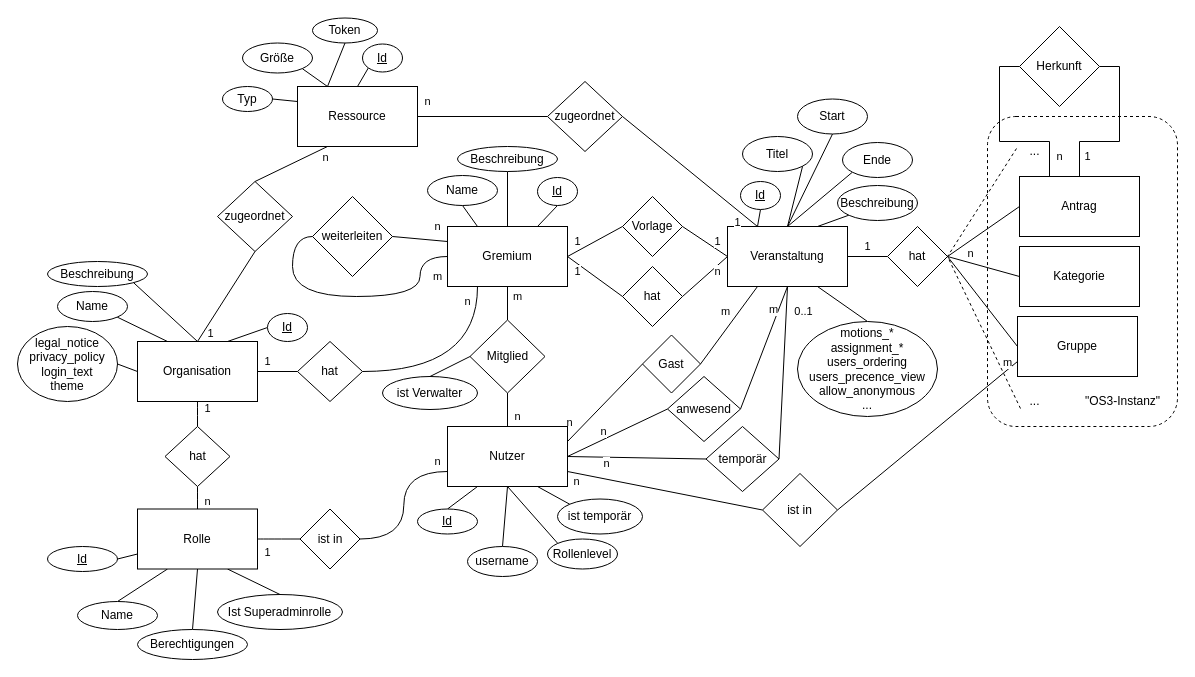
Before: docs/modellierung.drawio in OpenSlides/OpenSlides, a draw.io diagram. Source tidied: cells renumbered, new cells numbered last; positions are measured from the earlier drawing's top-left corner, leaving out a move shared by most shapes. Both pictures are drawn from the tidied source at 100%, with x=0, y=0 at pixel (17, 17).
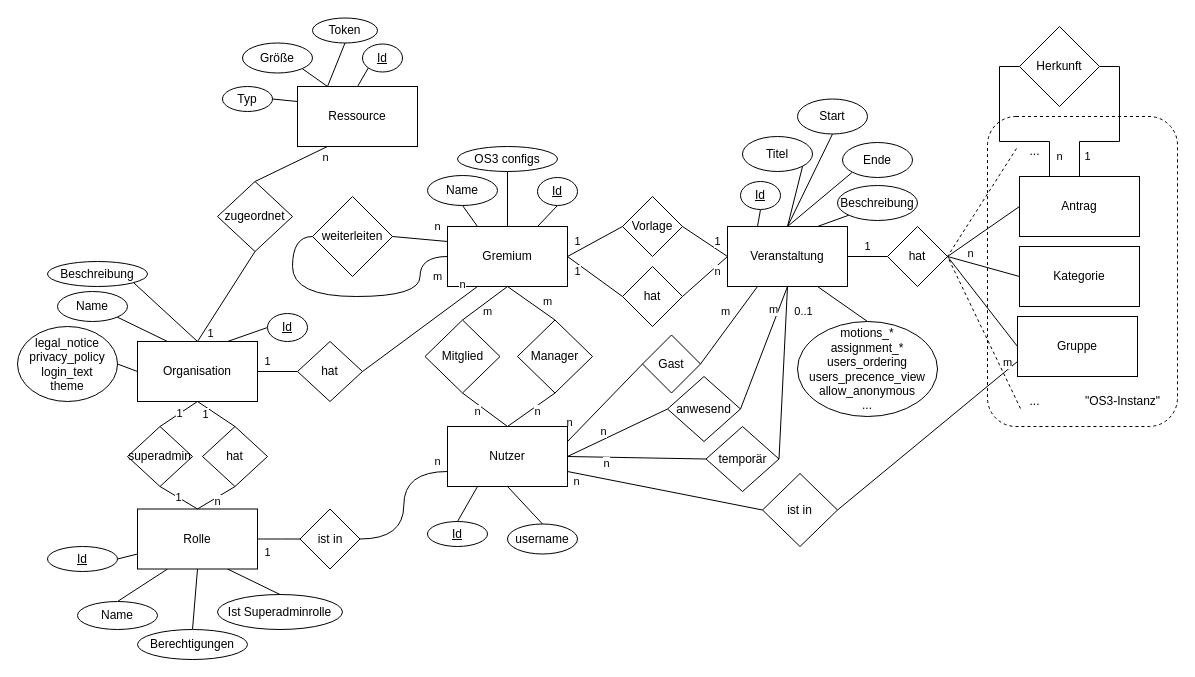
The same page after the edit.

Unchanged cells that the change refers to:
```xml
<mxCell id="7" value="Gremium" style="rounded=0;whiteSpace=wrap;html=1;" parent="1" vertex="1">
  <mxGeometry x="430" y="209" width="120" height="60" as="geometry" />
</mxCell>
<mxCell id="9" value="Veranstaltung" style="rounded=0;whiteSpace=wrap;html=1;" parent="1" vertex="1">
  <mxGeometry x="710" y="209" width="120" height="60" as="geometry" />
</mxCell>
<mxCell id="17" value="Nutzer" style="rounded=0;whiteSpace=wrap;html=1;" parent="1" vertex="1">
  <mxGeometry x="430" y="409" width="120" height="60" as="geometry" />
</mxCell>
<mxCell id="77" value="Rolle" style="rounded=0;whiteSpace=wrap;html=1;" parent="1" vertex="1">
  <mxGeometry x="120" y="491.5" width="120" height="60" as="geometry" />
</mxCell>
<mxCell id="82" value="Organisation" style="rounded=0;whiteSpace=wrap;html=1;" parent="1" vertex="1">
  <mxGeometry x="120" y="324" width="120" height="60" as="geometry" />
</mxCell>
<mxCell id="84" value="hat" style="rhombus;whiteSpace=wrap;html=1;" parent="1" vertex="1">
  <mxGeometry x="280" y="324" width="65" height="60" as="geometry" />
</mxCell>
<mxCell id="103" value="Ressource" style="rounded=0;whiteSpace=wrap;html=1;" parent="1" vertex="1">
  <mxGeometry x="280" y="69" width="120" height="60" as="geometry" />
</mxCell>
```

The edit, as a diff of the source:
```diff
@@
     <mxCell id="4" value="m" style="edgeStyle=none;rounded=0;jettySize=auto;html=1;exitX=0.5;exitY=1;exitDx=0;exitDy=0;entryX=0.5;entryY=0;entryDx=0;entryDy=0;endArrow=none;endFill=0;" parent="1" edge="1" source="7" target="59">
-      <mxGeometry x="-0.4" y="10" relative="1" as="geometry" />
+      <mxGeometry x="0.1" y="8" relative="1" as="geometry" />
     </mxCell>
@@
+    <mxCell id="116" value="m" style="edgeStyle=none;rounded=0;jettySize=auto;html=1;exitX=0.5;exitY=1;exitDx=0;exitDy=0;entryX=0.5;entryY=0;entryDx=0;entryDy=0;endArrow=none;endFill=0;" parent="1" edge="1" source="7" target="120">
+      <mxGeometry x="0.42" y="11" relative="1" as="geometry" />
+    </mxCell>
@@
+    <mxCell id="102" value="n" style="edgeStyle=none;rounded=0;jettySize=auto;html=1;exitX=0.5;exitY=0;exitDx=0;exitDy=0;entryX=0.5;entryY=1;entryDx=0;entryDy=0;endArrow=none;endFill=0;" parent="1" edge="1" source="17" target="120">
+      <mxGeometry x="0.14" y="-5" relative="1" as="geometry" />
+    </mxCell>
@@
     <mxCell id="51" value="&lt;u&gt;Id&lt;/u&gt;" style="ellipse;whiteSpace=wrap;html=1;" parent="1" vertex="1">
-      <mxGeometry x="400" y="491.5" width="60" height="25" as="geometry" />
+      <mxGeometry x="410" y="504" width="60" height="25" as="geometry" />
     </mxCell>
-    <mxCell id="52" style="edgeStyle=none;rounded=0;jettySize=auto;html=1;exitX=0;exitY=0;exitDx=0;exitDy=0;endArrow=none;endFill=0;" parent="1" edge="1" source="53">
-      <mxGeometry relative="1" as="geometry">
-        <mxPoint x="490" y="469" as="targetPoint" />
-      </mxGeometry>
-    </mxCell>
-    <mxCell id="53" value="Rollenlevel" style="ellipse;whiteSpace=wrap;html=1;" parent="1" vertex="1">
-      <mxGeometry x="530" y="521.5" width="70" height="30" as="geometry" />
-    </mxCell>
     <mxCell id="54" value="username" style="ellipse;whiteSpace=wrap;html=1;" parent="1" vertex="1">
-      <mxGeometry x="450" y="529" width="70" height="30" as="geometry" />
+      <mxGeometry x="490" y="506.5" width="70" height="30" as="geometry" />
     </mxCell>
-    <mxCell id="55" style="edgeStyle=none;rounded=0;jettySize=auto;html=1;exitX=0;exitY=0;exitDx=0;exitDy=0;entryX=0.75;entryY=1;entryDx=0;entryDy=0;endArrow=none;endFill=0;" parent="1" edge="1" source="56" target="17">
-      <mxGeometry relative="1" as="geometry" />
-    </mxCell>
-    <mxCell id="56" value="ist temporär" style="ellipse;whiteSpace=wrap;html=1;" parent="1" vertex="1">
-      <mxGeometry x="540" y="481.5" width="85" height="35" as="geometry" />
-    </mxCell>
     <mxCell id="57" value="n" style="edgeStyle=none;rounded=0;jettySize=auto;html=1;entryX=0.5;entryY=0;entryDx=0;entryDy=0;endArrow=none;endFill=0;exitX=0.5;exitY=1;exitDx=0;exitDy=0;" parent="1" edge="1" source="59" target="17">
-      <mxGeometry x="0.4" y="10" relative="1" as="geometry" />
+      <mxGeometry x="-0.18" y="-6" relative="1" as="geometry" />
     </mxCell>
-    <mxCell id="58" style="edgeStyle=none;rounded=0;jettySize=auto;html=1;exitX=0;exitY=0.5;exitDx=0;exitDy=0;entryX=0.5;entryY=0;entryDx=0;entryDy=0;endArrow=none;endFill=0;" parent="1" edge="1" source="59" target="60">
-      <mxGeometry relative="1" as="geometry" />
-    </mxCell>
     <mxCell id="59" value="Mitglied" style="rhombus;whiteSpace=wrap;html=1;" parent="1" vertex="1">
-      <mxGeometry x="452.5" y="302.5" width="75" height="73" as="geometry" />
+      <mxGeometry x="407.5" y="302.5" width="75" height="73" as="geometry" />
     </mxCell>
-    <mxCell id="60" value="ist Verwalter" style="ellipse;whiteSpace=wrap;html=1;" parent="1" vertex="1">
-      <mxGeometry x="365" y="359" width="95" height="33" as="geometry" />
-    </mxCell>
@@
-    <mxCell id="79" value="1" style="edgeStyle=orthogonalEdgeStyle;curved=1;rounded=0;jettySize=auto;html=1;exitX=0.5;exitY=1;exitDx=0;exitDy=0;entryX=0.5;entryY=0;entryDx=0;entryDy=0;endArrow=none;endFill=0;" parent="1" edge="1" source="82" target="86">
-      <mxGeometry x="-0.43" y="10" relative="1" as="geometry" />
-    </mxCell>
@@
-    <mxCell id="83" value="n" style="edgeStyle=orthogonalEdgeStyle;rounded=0;jettySize=auto;html=1;exitX=1;exitY=0.5;exitDx=0;exitDy=0;entryX=0.25;entryY=1;entryDx=0;entryDy=0;endArrow=none;endFill=0;curved=1;" parent="1" edge="1" source="84" target="7">
-      <mxGeometry x="0.85" y="10" relative="1" as="geometry">
-        <Array as="points">
-          <mxPoint x="460" y="354" />
-        </Array>
-      </mxGeometry>
+    <mxCell id="83" value="n" style="rounded=0;jettySize=auto;html=1;exitX=1;exitY=0.5;exitDx=0;exitDy=0;entryX=0.25;entryY=1;entryDx=0;entryDy=0;endArrow=none;endFill=0;" parent="1" edge="1" source="84" target="7">
+      <mxGeometry x="0.85" y="10" relative="1" as="geometry" />
     </mxCell>
@@
-    <mxCell id="85" value="n" style="edgeStyle=orthogonalEdgeStyle;curved=1;rounded=0;jettySize=auto;html=1;exitX=0.5;exitY=1;exitDx=0;exitDy=0;entryX=0.5;entryY=0;entryDx=0;entryDy=0;endArrow=none;endFill=0;" parent="1" edge="1" source="86" target="77">
-      <mxGeometry x="0.35" y="10" relative="1" as="geometry" />
+    <mxCell id="85" value="n" style="rounded=0;jettySize=auto;html=1;exitX=0.5;exitY=1;exitDx=0;exitDy=0;entryX=0.5;entryY=0;entryDx=0;entryDy=0;endArrow=none;endFill=0;" parent="1" edge="1" source="86" target="77">
+      <mxGeometry x="0.04" y="4" relative="1" as="geometry" />
     </mxCell>
     <mxCell id="86" value="hat" style="rhombus;whiteSpace=wrap;html=1;" parent="1" vertex="1">
-      <mxGeometry x="147.5" y="409" width="65" height="60" as="geometry" />
+      <mxGeometry x="185" y="409" width="65" height="60" as="geometry" />
     </mxCell>
@@
-    <mxCell id="92" value="Beschreibung" style="ellipse;whiteSpace=wrap;html=1;" parent="1" vertex="1">
+    <mxCell id="92" value="OS3 configs" style="ellipse;whiteSpace=wrap;html=1;" parent="1" vertex="1">
       <mxGeometry x="440" y="129" width="100" height="25" as="geometry" />
     </mxCell>
@@
-    <mxCell id="102" value="n" style="edgeStyle=none;rounded=0;jettySize=auto;html=1;exitX=1;exitY=0.5;exitDx=0;exitDy=0;entryX=0;entryY=0.5;entryDx=0;entryDy=0;endArrow=none;endFill=0;" parent="1" edge="1" source="103" target="113">
-      <mxGeometry x="-0.85" y="15" relative="1" as="geometry" />
-    </mxCell>
@@
-    <mxCell id="112" value="1" style="edgeStyle=none;rounded=0;jettySize=auto;html=1;exitX=1;exitY=0.5;exitDx=0;exitDy=0;entryX=0.25;entryY=0;entryDx=0;entryDy=0;endArrow=none;endFill=0;" parent="1" edge="1" source="113" target="9">
-      <mxGeometry x="0.79" y="-9" relative="1" as="geometry" />
-    </mxCell>
-    <mxCell id="113" value="zugeordnet" style="rhombus;whiteSpace=wrap;html=1;" parent="1" vertex="1">
-      <mxGeometry x="530" y="64" width="75" height="70" as="geometry" />
-    </mxCell>
@@
+    <mxCell id="79" value="1" style="rounded=0;jettySize=auto;html=1;exitX=0.5;exitY=1;exitDx=0;exitDy=0;entryX=0.5;entryY=0;entryDx=0;entryDy=0;endArrow=none;endFill=0;" parent="1" edge="1" source="82" target="86">
+      <mxGeometry x="-0.36" y="-6" relative="1" as="geometry" />
+    </mxCell>
+    <mxCell id="117" value="1" style="edgeStyle=none;rounded=0;jettySize=auto;html=1;exitX=0.5;exitY=0;exitDx=0;exitDy=0;entryX=0.5;entryY=1;entryDx=0;entryDy=0;endArrow=none;endFill=0;" parent="1" edge="1" source="119" target="82">
+      <mxGeometry relative="1" as="geometry" />
+    </mxCell>
+    <mxCell id="118" value="1" style="edgeStyle=none;rounded=0;jettySize=auto;html=1;exitX=0.5;exitY=1;exitDx=0;exitDy=0;entryX=0.5;entryY=0;entryDx=0;entryDy=0;endArrow=none;endFill=0;" parent="1" edge="1" source="119" target="77">
+      <mxGeometry relative="1" as="geometry" />
+    </mxCell>
+    <mxCell id="119" value="superadmin" style="rhombus;whiteSpace=wrap;html=1;" parent="1" vertex="1">
+      <mxGeometry x="110" y="409" width="65" height="60" as="geometry" />
+    </mxCell>
+    <mxCell id="120" value="Manager" style="rhombus;whiteSpace=wrap;html=1;" parent="1" vertex="1">
+      <mxGeometry x="500" y="302.5" width="75" height="73" as="geometry" />
+    </mxCell>
```
